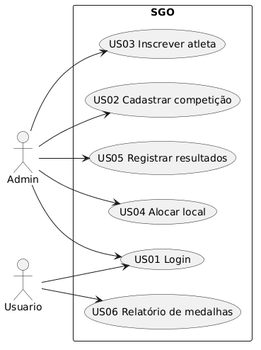
The PlantUML diagram diagramas/imagens/Diagrama caso de uso.png in allanmateusk/Sistema-de-Gest-o-das-Olimp-adas, before a commit.
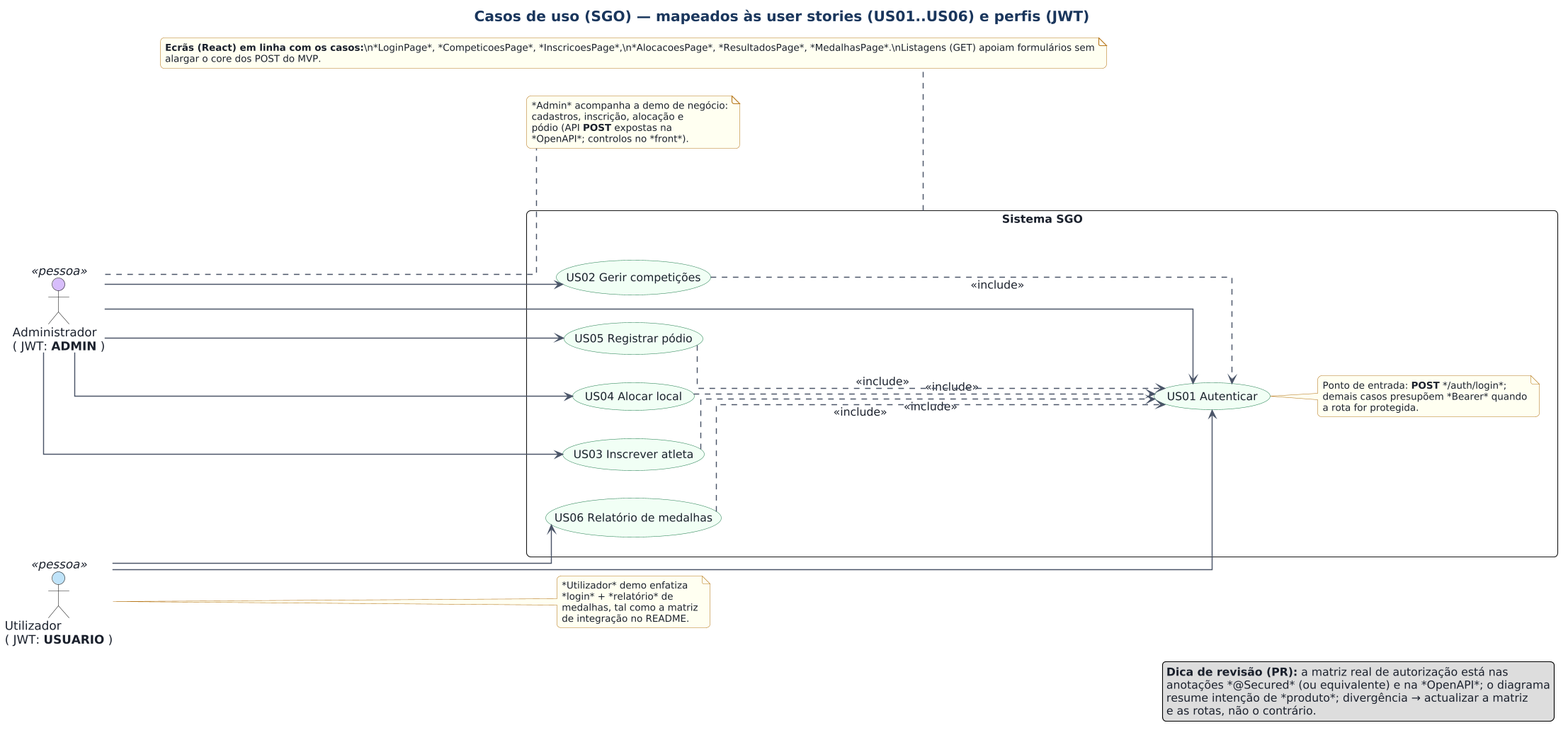
The same file after the commit.

The edit, as a diff of the source:
```diff
@@ -1,22 +1,115 @@
 @startuml
+skinparam defaultFontName "Segoe UI", "Helvetica", Arial, sans-serif
+skinparam defaultFontSize 14
+skinparam defaultFontColor #1a202c
+skinparam titleFontSize 18
+skinparam titleFontStyle bold
+skinparam titleFontColor #1a365d
+skinparam shadowing false
+skinparam linetype ortho
+skinparam roundcorner 10
+skinparam ArrowColor #4a5568
+skinparam ArrowThickness 1.3
+skinparam packageStyle rectangle
+skinparam stereotypeCBackgroundColor #edf2f7
+skinparam stereotypeCFontColor #2d3748
+skinparam class {
+  FontSize 14
+  AttributeFontSize 13
+  TitleFontSize 15
+  HeaderBackgroundColor #bee3f8
+  BorderColor #2b6cb0
+  BackgroundColor #f7fafc
+}
+skinparam usecase {
+  FontSize 14
+  BorderColor #2f855a
+  BackgroundColor #f0fff4
+}
+skinparam actor {
+  FontSize 15
+  FontColor #1a202c
+}
+skinparam component {
+  FontSize 14
+  BorderColor #553c9a
+  BackgroundColor #faf5ff
+}
+skinparam node {
+  FontSize 14
+  BorderColor #2c5282
+  BackgroundColor #ebf8ff
+}
+skinparam note {
+  FontSize 12
+  BackgroundColor #fffff0
+  BorderColor #b7791f
+}
 left to right direction
-actor Admin
-actor Usuario
+scale 1.12
 
-rectangle SGO {
-  usecase "US01 Login" as UC1
-  usecase "US02 Cadastrar competição" as UC2
-  usecase "US03 Inscrever atleta" as UC3
-  usecase "US04 Alocar local" as UC4
-  usecase "US05 Registrar resultados" as UC5
-  usecase "US06 Relatório de medalhas" as UC6
+title Casos de uso (SGO) — mapeados às user stories (US01..US06) e perfis (JWT)
+
+skinparam usecase {
+  FontColor #1a202c
+  BorderColor #2f855a
+  BackgroundColor #f0fff4
 }
 
-Admin --> UC1
-Admin --> UC2
-Admin --> UC3
-Admin --> UC4
-Admin --> UC5
-Usuario --> UC1
-Usuario --> UC6
+actor "Administrador\n( JWT: **ADMIN** )" as A <<pessoa>> #D6BCFA
+actor "Utilizador\n( JWT: **USUARIO** )"   as U <<pessoa>> #BEE3F8
+
+package "Sistema SGO" as SGO #FFFFFF {
+  (US01 Autenticar) as U1
+  (US02 Gerir competições) as U2
+  (US03 Inscrever atleta) as U3
+  (US04 Alocar local) as U4
+  (US05 Registrar pódio) as U5
+  (US06 Relatório de medalhas) as U6
+  note right of U1
+    Ponto de entrada: **POST** */auth/login*;
+    demais casos presupõem *Bearer* quando
+    a rota for protegida.
+  end note
+}
+
+A --> U1
+A --> U2
+A --> U3
+A --> U4
+A --> U5
+U --> U1
+U --> U6
+
+U2 ..> U1 : <<include>>
+U3 ..> U1 : <<include>>
+U4 ..> U1 : <<include>>
+U5 ..> U1 : <<include>>
+U6 ..> U1 : <<include>>
+
+note right of A
+  *Admin* acompanha a demo de negócio:
+  cadastros, inscrição, alocação e
+  pódio (API **POST** expostas na
+  *OpenAPI*; controlos no *front*).
+end note
+note right of U
+  *Utilizador* demo enfatiza
+  *login* + *relatório* de
+  medalhas, tal como a matriz
+  de integração no README.
+end note
+
+note as NUX
+  **Ecrãs (React) em linha com os casos:**\n*LoginPage*, *CompeticoesPage*, *InscricoesPage*,\n*AlocacoesPage*, *ResultadosPage*, *MedalhasPage*.\nListagens (GET) apoiam formulários sem
+  alargar o core dos POST do MVP.
+end note
+NUX -[dashed]left- SGO
+
+legend right
+  **Dica de revisão (PR):** a matriz real de autorização está nas
+  anotações *@Secured* (ou equivalente) e na *OpenAPI*; o diagrama
+  resume intenção de *produto*; divergência → actualizar a matriz
+  e as rotas, não o contrário.
+endlegend
 @enduml
```
